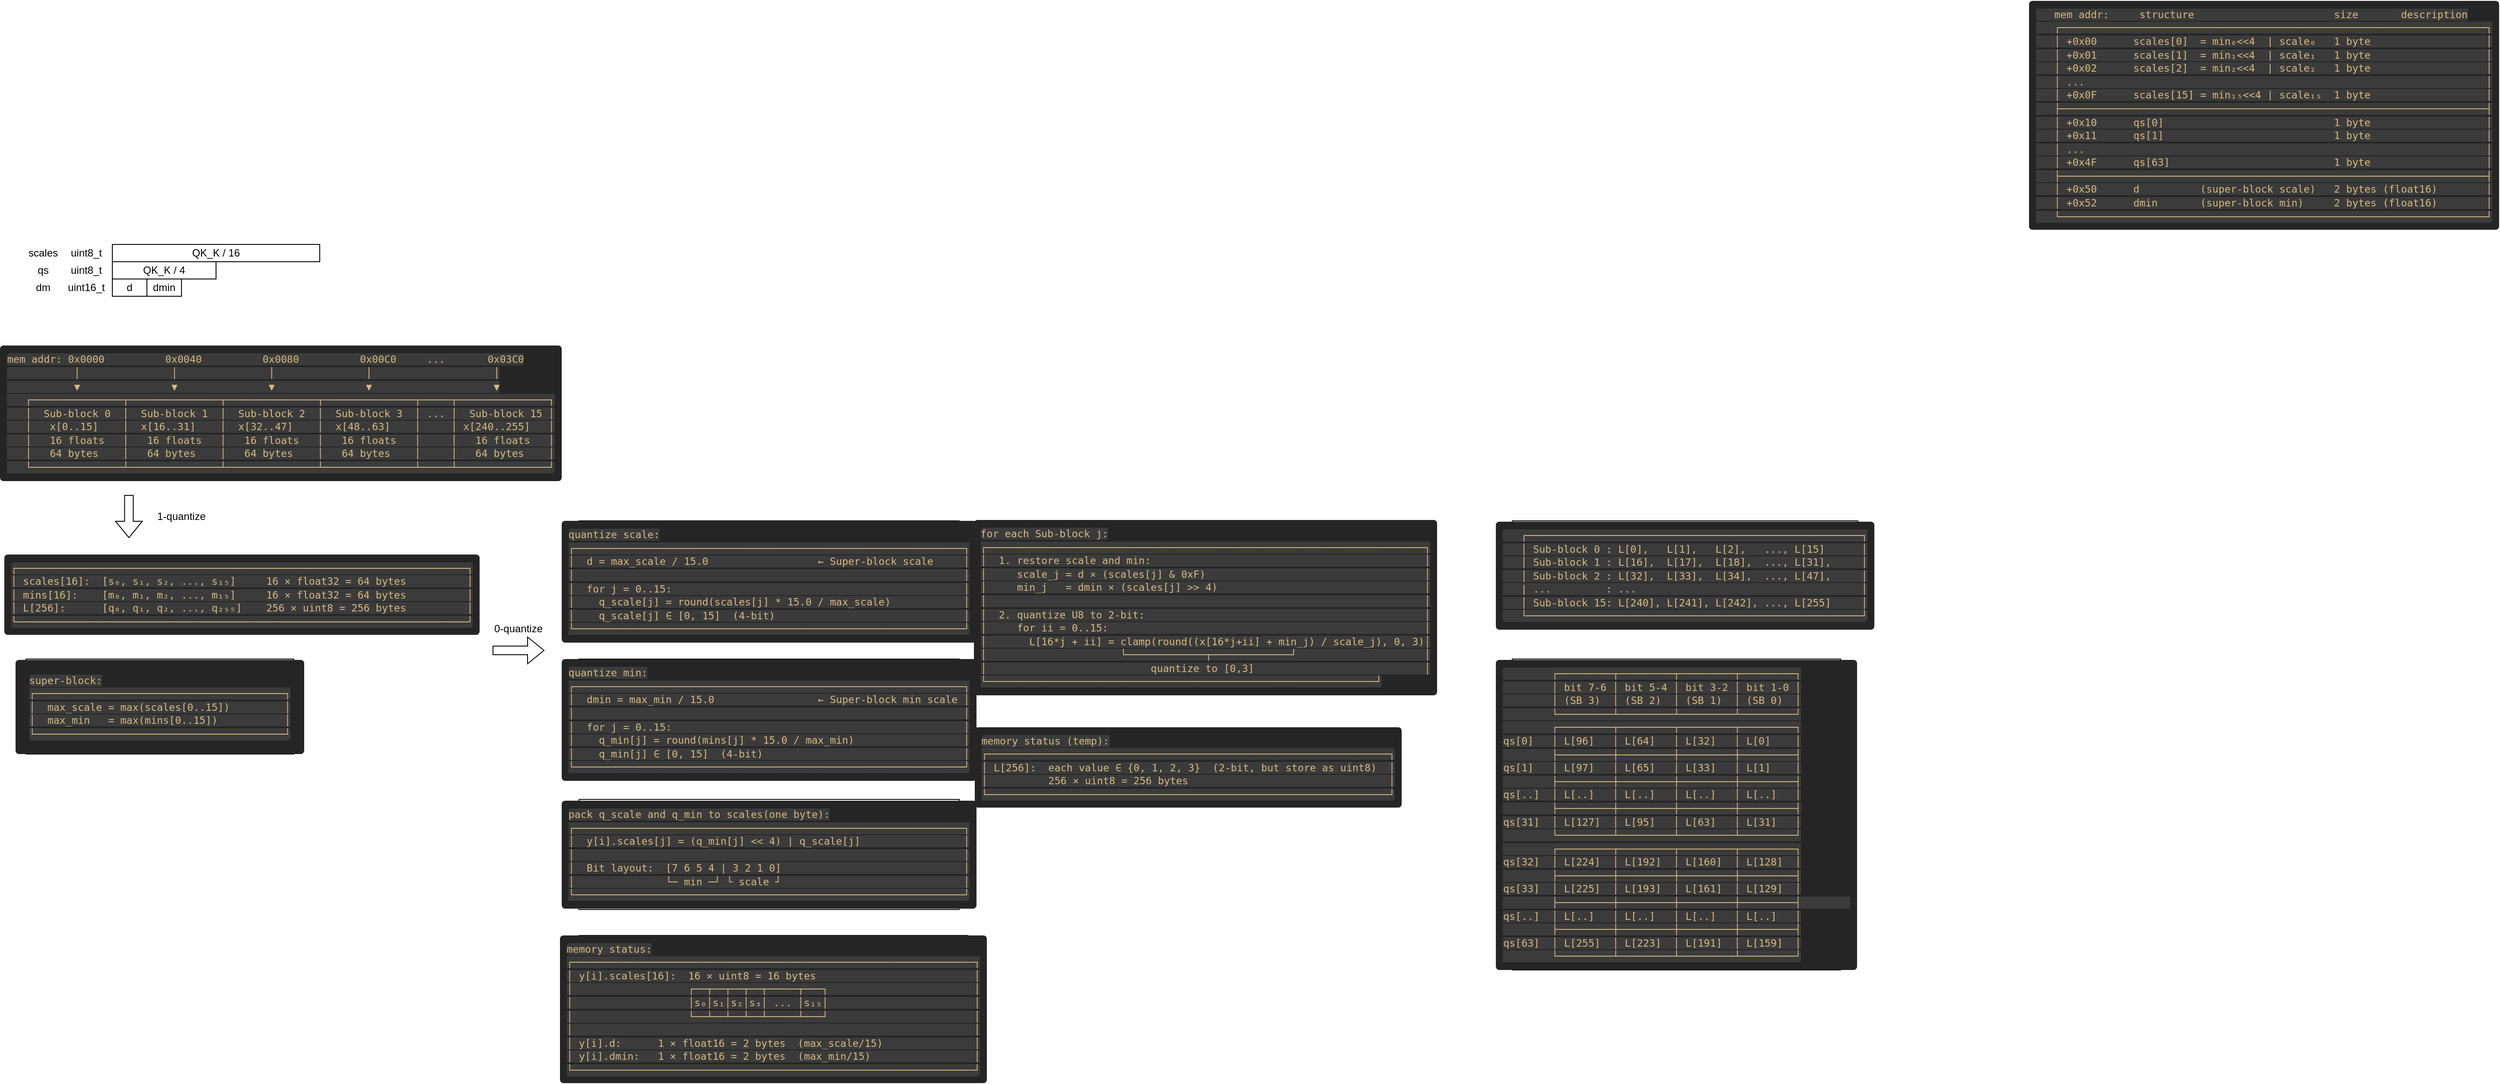
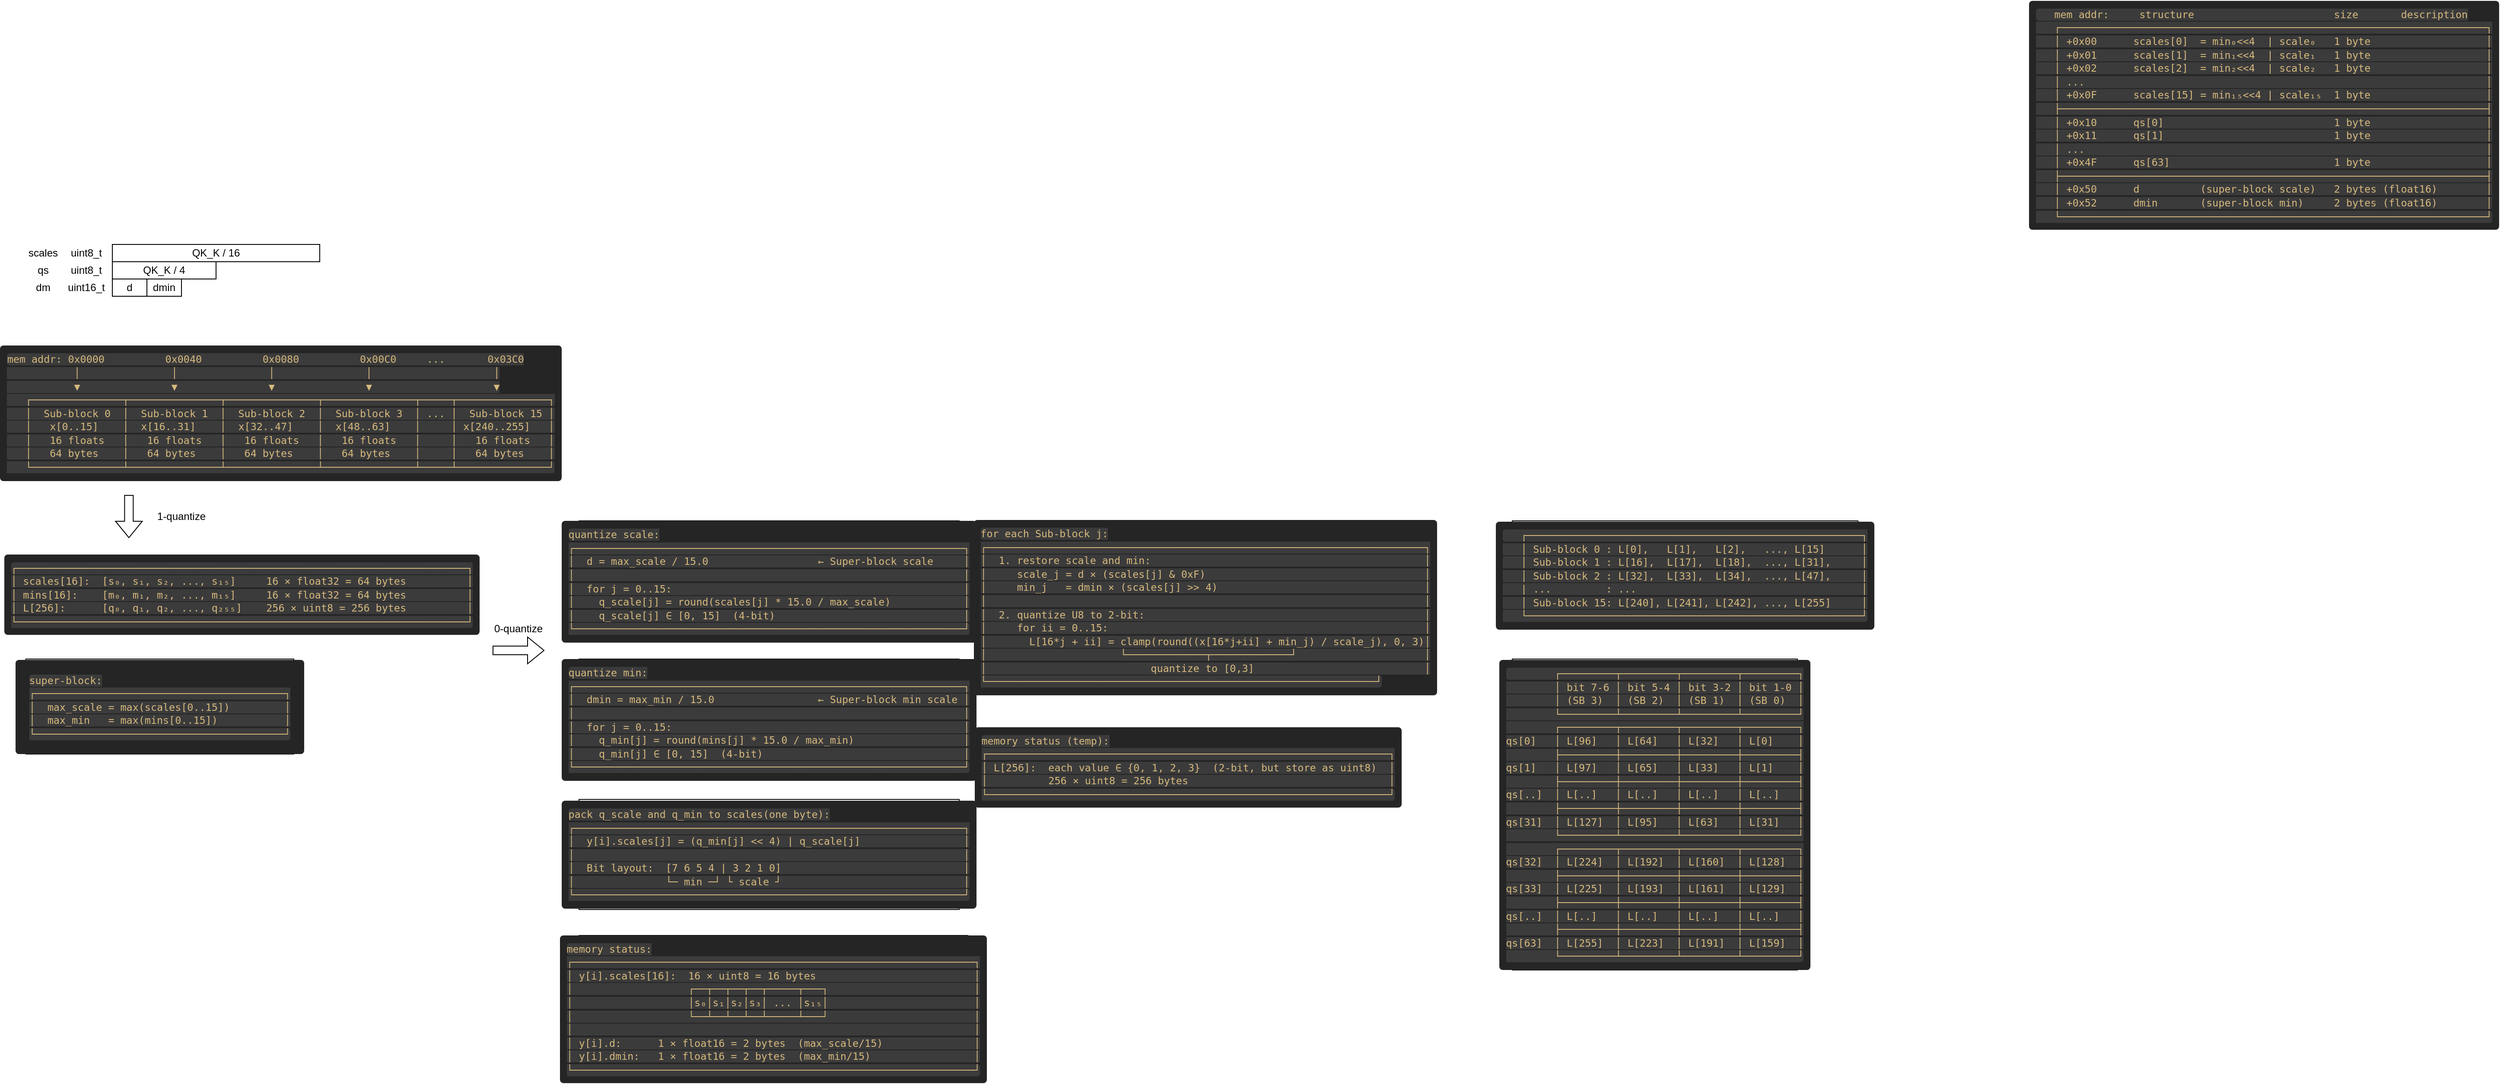
<mxfile host="app.diagrams.net">
  <diagram name="第 1 页" id="Si2-Z7cCXZd2prBrh_IV">
    <mxGraphModel dx="787" dy="457" grid="1" gridSize="10" guides="1" tooltips="1" connect="1" arrows="1" fold="1" page="1" pageScale="1" pageWidth="827" pageHeight="1169" math="0" shadow="0">
      <root>
        <mxCell id="0" />
        <mxCell id="1" parent="0" />
        <mxCell id="sU8PSUKhDcx1YNUkFXAb-27" parent="1" style="rounded=0;whiteSpace=wrap;html=1;" value="QK_K / 16" vertex="1">
          <mxGeometry height="20" width="240" x="140" y="440" as="geometry" />
        </mxCell>
        <mxCell id="sU8PSUKhDcx1YNUkFXAb-28" parent="1" style="rounded=0;whiteSpace=wrap;html=1;" value="QK_K / 4" vertex="1">
          <mxGeometry height="20" width="120" x="140" y="460" as="geometry" />
        </mxCell>
        <mxCell id="sU8PSUKhDcx1YNUkFXAb-29" parent="1" style="rounded=0;whiteSpace=wrap;html=1;" value="d" vertex="1">
          <mxGeometry height="20" width="40" x="140" y="480" as="geometry" />
        </mxCell>
        <mxCell id="sU8PSUKhDcx1YNUkFXAb-30" parent="1" style="rounded=0;whiteSpace=wrap;html=1;" value="dmin" vertex="1">
          <mxGeometry height="20" width="40" x="180" y="480" as="geometry" />
        </mxCell>
        <mxCell id="sU8PSUKhDcx1YNUkFXAb-32" parent="1" style="text;html=1;whiteSpace=wrap;strokeColor=none;fillColor=none;align=center;verticalAlign=middle;rounded=0;" value="scales" vertex="1">
          <mxGeometry height="20" width="40" x="40" y="440" as="geometry" />
        </mxCell>
        <mxCell id="sU8PSUKhDcx1YNUkFXAb-33" parent="1" style="text;html=1;whiteSpace=wrap;strokeColor=none;fillColor=none;align=center;verticalAlign=middle;rounded=0;" value="qs" vertex="1">
          <mxGeometry height="20" width="40" x="40" y="460" as="geometry" />
        </mxCell>
        <mxCell id="sU8PSUKhDcx1YNUkFXAb-34" parent="1" style="text;html=1;whiteSpace=wrap;strokeColor=none;fillColor=none;align=center;verticalAlign=middle;rounded=0;" value="dm" vertex="1">
          <mxGeometry height="20" width="40" x="40" y="480" as="geometry" />
        </mxCell>
        <mxCell id="sU8PSUKhDcx1YNUkFXAb-35" parent="1" style="text;html=1;whiteSpace=wrap;strokeColor=none;fillColor=none;align=center;verticalAlign=middle;rounded=0;" value="uint8_t" vertex="1">
          <mxGeometry height="20" width="60" x="80" y="440" as="geometry" />
        </mxCell>
        <mxCell id="sU8PSUKhDcx1YNUkFXAb-36" parent="1" style="text;html=1;whiteSpace=wrap;strokeColor=none;fillColor=none;align=center;verticalAlign=middle;rounded=0;" value="uint8_t" vertex="1">
          <mxGeometry height="20" width="60" x="80" y="460" as="geometry" />
        </mxCell>
        <mxCell id="sU8PSUKhDcx1YNUkFXAb-37" parent="1" style="text;html=1;whiteSpace=wrap;strokeColor=none;fillColor=none;align=center;verticalAlign=middle;rounded=0;" value="uint16_t" vertex="1">
          <mxGeometry height="20" width="60" x="80" y="480" as="geometry" />
        </mxCell>
        <mxCell id="sU8PSUKhDcx1YNUkFXAb-38" edge="1" parent="1" style="shape=flexArrow;endArrow=classic;html=1;rounded=0;" value="">
          <mxGeometry height="50" relative="1" width="50" as="geometry">
            <mxPoint x="159.17000000000002" y="730" as="sourcePoint" />
            <mxPoint x="159.17000000000002" y="780" as="targetPoint" />
          </mxGeometry>
        </mxCell>
        <mxCell id="sU8PSUKhDcx1YNUkFXAb-57" edge="1" parent="1" style="shape=flexArrow;endArrow=classic;html=1;rounded=0;" value="">
          <mxGeometry height="50" relative="1" width="50" as="geometry">
            <mxPoint x="580" y="910" as="sourcePoint" />
            <mxPoint x="640" y="910" as="targetPoint" />
          </mxGeometry>
        </mxCell>
        <mxCell id="sU8PSUKhDcx1YNUkFXAb-82" parent="1" style="text;html=1;whiteSpace=wrap;strokeColor=none;fillColor=none;align=center;verticalAlign=middle;rounded=0;" value="1-quantize" vertex="1">
          <mxGeometry height="30" width="80" x="180" y="740" as="geometry" />
        </mxCell>
        <mxCell id="sU8PSUKhDcx1YNUkFXAb-83" parent="1" style="text;html=1;whiteSpace=wrap;strokeColor=none;fillColor=none;align=center;verticalAlign=middle;rounded=0;" value="0-quantize" vertex="1">
          <mxGeometry height="30" width="60" x="580" y="870" as="geometry" />
        </mxCell>
        <mxCell id="sU8PSUKhDcx1YNUkFXAb-156" parent="1" style="rounded=0;whiteSpace=wrap;html=1;" value="&lt;pre style=&quot;overflow-x: auto; box-sizing: border-box; border-radius: 4px; max-width: 100%; margin: 0px; padding: 8px; color: rgb(204, 204, 204); font-size: 13px; text-align: start; background-color: rgb(37, 37, 38);&quot;&gt;&lt;code style=&quot;color: rgb(215, 186, 125); background-color: rgba(255, 255, 255, 0.1); padding: 0px; border-radius: 3px; word-break: break-word; font-size: 0.9em;&quot;&gt;   mem addr:     structure                       size       description&lt;br&gt;   ┌──────────────────────────────────────────────────────────────────────┐&lt;br&gt;   │ +0x00      scales[0]  = min₀&amp;lt;&amp;lt;4  | scale₀   1 byte                   │&lt;br&gt;   │ +0x01      scales[1]  = min₁&amp;lt;&amp;lt;4  | scale₁   1 byte                   │&lt;br&gt;   │ +0x02      scales[2]  = min₂&amp;lt;&amp;lt;4  | scale₂   1 byte                   │&lt;br&gt;   │ ...                                                                  │&lt;br&gt;   │ +0x0F      scales[15] = min₁₅&amp;lt;&amp;lt;4 | scale₁₅  1 byte                   │&lt;br&gt;   ├──────────────────────────────────────────────────────────────────────┤&lt;br&gt;   │ +0x10      qs[0]                            1 byte                   │&lt;br&gt;   │ +0x11      qs[1]                            1 byte                   │&lt;br&gt;   │ ...                                                                  │&lt;br&gt;   │ +0x4F      qs[63]                           1 byte                   │&lt;br&gt;   ├──────────────────────────────────────────────────────────────────────┤&lt;br&gt;   │ +0x50      d          (super-block scale)   2 bytes (float16)        │&lt;br&gt;   │ +0x52      dmin       (super-block min)     2 bytes (float16)        │&lt;br&gt;   └──────────────────────────────────────────────────────────────────────┘&lt;/code&gt;&lt;/pre&gt;" vertex="1">
          <mxGeometry height="60" width="160" x="2550" y="260" as="geometry" />
        </mxCell>
        <mxCell id="sU8PSUKhDcx1YNUkFXAb-157" parent="1" style="rounded=0;whiteSpace=wrap;html=1;" value="&lt;pre style=&quot;overflow-x: auto; box-sizing: border-box; border-radius: 4px; max-width: 100%; margin: 0px; padding: 8px; color: rgb(204, 204, 204); font-size: 13px; text-align: start; background-color: rgb(37, 37, 38);&quot;&gt;&lt;code style=&quot;color: rgb(215, 186, 125); background-color: rgba(255, 255, 255, 0.1); padding: 0px; border-radius: 3px; word-break: break-word; font-size: 0.9em;&quot;&gt;   ┌───────────────────────────────────────────────────────┐&lt;br&gt;   │ Sub-block 0 : L[0],   L[1],   L[2],   ..., L[15]      │&lt;br&gt;   │ Sub-block 1 : L[16],  L[17],  L[18],  ..., L[31],     │&lt;br&gt;   │ Sub-block 2 : L[32],  L[33],  L[34],  ..., L[47],     │&lt;br&gt;   | ...         : ...                                     │&lt;br&gt;   │ Sub-block 15: L[240], L[241], L[242], ..., L[255]     │&lt;br&gt;   └───────────────────────────────────────────────────────┘&lt;/code&gt;&lt;/pre&gt;" vertex="1">
          <mxGeometry height="125" width="400" x="1760" y="760" as="geometry" />
        </mxCell>
-         <mxCell id="sU8PSUKhDcx1YNUkFXAb-159" parent="1" style="rounded=0;whiteSpace=wrap;html=1;" value="&lt;pre style=&quot;overflow-x: auto; box-sizing: border-box; border-radius: 4px; max-width: 100%; margin: 0px; padding: 8px; text-align: start; background-color: rgb(37, 37, 38); font-size: 13px; color: rgb(204, 204, 204);&quot;&gt;&lt;code style=&quot;color: rgb(215, 186, 125); background-color: rgba(255, 255, 255, 0.1); padding: 0px; border-radius: 3px; word-break: break-word; font-size: 0.9em;&quot;&gt;        ┌─────────┬─────────┬─────────┬─────────┐&lt;br&gt;        │ bit 7-6 │ bit 5-4 │ bit 3-2 │ bit 1-0 │&lt;br&gt;        │ (SB 3)  │ (SB 2)  │ (SB 1)  │ (SB 0)  │&lt;br&gt;        └─────────┴─────────┴─────────┴─────────┘&lt;br&gt;        ┌─────────┬─────────┬─────────┬─────────┐&lt;br&gt;qs[0]   │ L[96]   │ L[64]   │ L[32]   │ L[0]    │&lt;br&gt;        ├─────────┼─────────┼─────────┼─────────┤&lt;br&gt;qs[1]   │ L[97]   │ L[65]   │ L[33]   │ L[1]    │&lt;br&gt;        ├─────────┼─────────┼─────────┼─────────┤&lt;br&gt;qs[..]  │ L[..]   │ L[..]   │ L[..]   │ L[..]   │&lt;br&gt;        ├─────────┼─────────┼─────────┼─────────┤&lt;br&gt;qs[31]  │ L[127]  │ L[95]   │ L[63]   │ L[31]   │&lt;br&gt;        └─────────┴─────────┴─────────┴─────────┘&lt;br&gt;        ┌─────────┬─────────┬─────────┬─────────┐&lt;br&gt;qs[32]  │ L[224]  │ L[192]  │ L[160]  │ L[128]  │&lt;br&gt;        ├─────────┼─────────┼─────────┼─────────┤&lt;br&gt;qs[33]  │ L[225]  │ L[193]  │ L[161]  │ L[129]  │&lt;br&gt;        ├─────────┼─────────┼─────────┼─────────┤        &lt;br&gt;qs[..]  │ L[..]   │ L[..]   │ L[..]   │ L[..]   │&lt;br&gt;        ├─────────┼─────────┼─────────┼─────────┤&lt;br&gt;qs[63]  │ L[255]  │ L[223]  │ L[191]  │ L[159]  │&lt;br&gt;        └─────────┴─────────┴─────────┴─────────┘&lt;/code&gt;&lt;/pre&gt;" vertex="1">
-           <mxGeometry height="360" width="380" x="1760" y="920" as="geometry" />
+         <mxCell id="sU8PSUKhDcx1YNUkFXAb-159" parent="1" style="rounded=0;whiteSpace=wrap;html=1;" value="&lt;pre style=&quot;overflow-x: auto; box-sizing: border-box; border-radius: 4px; max-width: 100%; margin: 0px; padding: 8px; text-align: start; background-color: rgb(37, 37, 38); font-size: 13px; color: rgb(204, 204, 204);&quot;&gt;&lt;code style=&quot;color: rgb(215, 186, 125); background-color: rgba(255, 255, 255, 0.1); padding: 0px; border-radius: 3px; word-break: break-word; font-size: 0.9em;&quot;&gt;        ┌─────────┬─────────┬─────────┬─────────┐&lt;br&gt;        │ bit 7-6 │ bit 5-4 │ bit 3-2 │ bit 1-0 │&lt;br&gt;        │ (SB 3)  │ (SB 2)  │ (SB 1)  │ (SB 0)  │&lt;br&gt;        └─────────┴─────────┴─────────┴─────────┘&lt;br&gt;        ┌─────────┬─────────┬─────────┬─────────┐&lt;br&gt;qs[0]   │ L[96]   │ L[64]   │ L[32]   │ L[0]    │&lt;br&gt;        ├─────────┼─────────┼─────────┼─────────┤&lt;br&gt;qs[1]   │ L[97]   │ L[65]   │ L[33]   │ L[1]    │&lt;br&gt;        ├─────────┼─────────┼─────────┼─────────┤&lt;br&gt;qs[..]  │ L[..]   │ L[..]   │ L[..]   │ L[..]   │&lt;br&gt;        ├─────────┼─────────┼─────────┼─────────┤&lt;br&gt;qs[31]  │ L[127]  │ L[95]   │ L[63]   │ L[31]   │&lt;br&gt;        └─────────┴─────────┴─────────┴─────────┘&lt;br&gt;        ┌─────────┬─────────┬─────────┬─────────┐&lt;br&gt;qs[32]  │ L[224]  │ L[192]  │ L[160]  │ L[128]  │&lt;br&gt;        ├─────────┼─────────┼─────────┼─────────┤&lt;br&gt;qs[33]  │ L[225]  │ L[193]  │ L[161]  │ L[129]  │&lt;br&gt;        ├─────────┼─────────┼─────────┼─────────┤&lt;br&gt;qs[..]  │ L[..]   │ L[..]   │ L[..]   │ L[..]   │&lt;br&gt;        ├─────────┼─────────┼─────────┼─────────┤&lt;br&gt;qs[63]  │ L[255]  │ L[223]  │ L[191]  │ L[159]  │&lt;br&gt;        └─────────┴─────────┴─────────┴─────────┘&lt;/code&gt;&lt;/pre&gt;" vertex="1">
+           <mxGeometry height="360" width="330" x="1760" y="920" as="geometry" />
        </mxCell>
        <mxCell id="sU8PSUKhDcx1YNUkFXAb-162" parent="1" style="rounded=0;whiteSpace=wrap;html=1;" value="&lt;pre style=&quot;overflow-x: auto; box-sizing: border-box; border-radius: 4px; max-width: 100%; margin: 0px; padding: 8px; color: rgb(204, 204, 204); font-size: 13px; text-align: start; background-color: rgb(37, 37, 38);&quot;&gt;&lt;code style=&quot;color: rgb(215, 186, 125); background-color: rgba(255, 255, 255, 0.1); padding: 0px; border-radius: 3px; word-break: break-word; font-size: 0.9em;&quot;&gt;mem addr: 0x0000          0x0040          0x0080          0x00C0     ...       0x03C0&lt;br&gt;           │               │               │               │                    │&lt;br&gt;           ▼               ▼               ▼               ▼                    ▼&lt;br&gt;   ┌───────────────┬───────────────┬───────────────┬───────────────┬─────┬───────────────┐&lt;br&gt;   │  Sub-block 0  │  Sub-block 1  │  Sub-block 2  │  Sub-block 3  │ ... │  Sub-block 15 │&lt;br&gt;   │   x[0..15]    │  x[16..31]    │  x[32..47]    │  x[48..63]    │     │ x[240..255]   │&lt;br&gt;   │   16 floats   │   16 floats   │   16 floats   │   16 floats   │     │   16 floats   │&lt;br&gt;   │   64 bytes    │   64 bytes    │   64 bytes    │   64 bytes    │     │   64 bytes    │&lt;br&gt;   └───────────────┴───────────────┴───────────────┴───────────────┴─────┴───────────────┘&lt;/code&gt;&lt;/pre&gt;" vertex="1">
          <mxGeometry height="150" width="590" x="40" y="560" as="geometry" />
        </mxCell>
        <mxCell id="sU8PSUKhDcx1YNUkFXAb-163" parent="1" style="rounded=0;whiteSpace=wrap;html=1;" value="&lt;pre style=&quot;overflow-x: auto; box-sizing: border-box; border-radius: 4px; max-width: 100%; margin: 0px; padding: 8px; color: rgb(204, 204, 204); font-size: 13px; text-align: start; background-color: rgb(37, 37, 38);&quot;&gt;&lt;code style=&quot;color: rgb(215, 186, 125); background-color: rgba(255, 255, 255, 0.1); padding: 0px; border-radius: 3px; word-break: break-word; font-size: 0.9em;&quot;&gt;┌──────────────────────────────────────────────────────────────────────────┐&lt;br&gt;│ scales[16]:  [s₀, s₁, s₂, ..., s₁₅]     16 × float32 = 64 bytes          │&lt;br&gt;│ mins[16]:    [m₀, m₁, m₂, ..., m₁₅]     16 × float32 = 64 bytes          │&lt;br&gt;│ L[256]:      [q₀, q₁, q₂, ..., q₂₅₅]    256 × uint8 = 256 bytes          │&lt;br&gt;└──────────────────────────────────────────────────────────────────────────┘&lt;/code&gt;&lt;/pre&gt;" vertex="1">
          <mxGeometry height="90" width="500" x="40" y="800" as="geometry" />
        </mxCell>
        <mxCell id="sU8PSUKhDcx1YNUkFXAb-164" parent="1" style="rounded=0;whiteSpace=wrap;html=1;" value="&lt;pre style=&quot;overflow-x: auto; box-sizing: border-box; border-radius: 4px; max-width: 100%; margin: 0px; padding: 8px; color: rgb(204, 204, 204); font-size: 13px; text-align: start; background-color: rgb(37, 37, 38);&quot;&gt;&lt;pre style=&quot;overflow-x: auto; box-sizing: border-box; border-radius: 4px; max-width: 100%; margin: 0px; padding: 8px;&quot;&gt;&lt;code style=&quot;color: rgb(215, 186, 125); background-color: rgba(255, 255, 255, 0.1); padding: 0px; border-radius: 3px; word-break: break-word; font-size: 0.9em;&quot;&gt;super-block:&lt;br&gt;┌─────────────────────────────────────────┐&lt;br&gt;│  max_scale = max(scales[0..15])         │&lt;br&gt;│  max_min   = max(mins[0..15])           │&lt;br&gt;└─────────────────────────────────────────┘&lt;/code&gt;&lt;/pre&gt;&lt;/pre&gt;" vertex="1">
          <mxGeometry height="110" width="310" x="40" y="920" as="geometry" />
        </mxCell>
        <mxCell id="sU8PSUKhDcx1YNUkFXAb-165" parent="1" style="rounded=0;whiteSpace=wrap;html=1;" value="&lt;pre style=&quot;overflow-x: auto; box-sizing: border-box; border-radius: 4px; max-width: 100%; margin: 0px; padding: 8px; color: rgb(204, 204, 204); font-size: 13px; text-align: start; background-color: rgb(37, 37, 38);&quot;&gt;&lt;code style=&quot;color: rgb(215, 186, 125); background-color: rgba(255, 255, 255, 0.1); padding: 0px; border-radius: 3px; word-break: break-word; font-size: 0.9em;&quot;&gt;quantize scale:&lt;br&gt;┌────────────────────────────────────────────────────────────────┐&lt;br&gt;│  d = max_scale / 15.0                  ← Super-block scale     │&lt;br&gt;│                                                                │&lt;br&gt;│  for j = 0..15:                                                │&lt;br&gt;│    q_scale[j] = round(scales[j] * 15.0 / max_scale)            │&lt;br&gt;│    q_scale[j] ∈ [0, 15]  (4-bit)                               │&lt;br&gt;└────────────────────────────────────────────────────────────────┘&lt;/code&gt;&lt;/pre&gt;" vertex="1">
          <mxGeometry height="140" width="440" x="680" y="760" as="geometry" />
        </mxCell>
        <mxCell id="sU8PSUKhDcx1YNUkFXAb-166" parent="1" style="rounded=0;whiteSpace=wrap;html=1;" value="&lt;pre style=&quot;overflow-x: auto; box-sizing: border-box; border-radius: 4px; max-width: 100%; margin: 0px; padding: 8px; color: rgb(204, 204, 204); font-size: 13px; text-align: start; background-color: rgb(37, 37, 38);&quot;&gt;&lt;code style=&quot;color: rgb(215, 186, 125); background-color: rgba(255, 255, 255, 0.1); padding: 0px; border-radius: 3px; word-break: break-word; font-size: 0.9em;&quot;&gt;quantize min:&lt;br&gt;┌────────────────────────────────────────────────────────────────┐&lt;br&gt;│  dmin = max_min / 15.0                 ← Super-block min scale │&lt;br&gt;│                                                                │&lt;br&gt;│  for j = 0..15:                                                │&lt;br&gt;│    q_min[j] = round(mins[j] * 15.0 / max_min)                  │&lt;br&gt;│    q_min[j] ∈ [0, 15]  (4-bit)                                 │&lt;br&gt;└────────────────────────────────────────────────────────────────┘&lt;/code&gt;&lt;/pre&gt;" vertex="1">
          <mxGeometry height="140" width="440" x="680" y="920" as="geometry" />
        </mxCell>
        <mxCell id="sU8PSUKhDcx1YNUkFXAb-167" parent="1" style="rounded=0;whiteSpace=wrap;html=1;" value="&lt;pre style=&quot;overflow-x: auto; box-sizing: border-box; border-radius: 4px; max-width: 100%; margin: 0px; padding: 8px; color: rgb(204, 204, 204); font-size: 13px; text-align: start; background-color: rgb(37, 37, 38);&quot;&gt;&lt;code style=&quot;color: rgb(215, 186, 125); background-color: rgba(255, 255, 255, 0.1); padding: 0px; border-radius: 3px; word-break: break-word; font-size: 0.9em;&quot;&gt;pack q_scale and q_min to scales(one byte):&lt;br&gt;┌────────────────────────────────────────────────────────────────┐&lt;br&gt;│  y[i].scales[j] = (q_min[j] &amp;lt;&amp;lt; 4) | q_scale[j]                 │&lt;br&gt;│                                                                │&lt;br&gt;│  Bit layout:  [7 6 5 4 | 3 2 1 0]                              │&lt;br&gt;│               └─ min ─┘ └ scale ┘                              │&lt;br&gt;└────────────────────────────────────────────────────────────────┘&lt;/code&gt;&lt;/pre&gt;" vertex="1">
          <mxGeometry height="127.5" width="440" x="680" y="1082.5" as="geometry" />
        </mxCell>
        <mxCell id="sU8PSUKhDcx1YNUkFXAb-169" parent="1" style="whiteSpace=wrap;html=1;" value="&lt;pre style=&quot;overflow-x: auto; box-sizing: border-box; border-radius: 4px; max-width: 100%; margin: 0px; padding: 8px; color: rgb(204, 204, 204); font-size: 13px; text-align: start; background-color: rgb(37, 37, 38);&quot;&gt;&lt;code style=&quot;color: rgb(215, 186, 125); background-color: rgba(255, 255, 255, 0.1); padding: 0px; border-radius: 3px; word-break: break-word; font-size: 0.9em;&quot;&gt;memory status:&lt;br&gt;┌──────────────────────────────────────────────────────────────────┐&lt;br&gt;│ y[i].scales[16]:  16 × uint8 = 16 bytes                          │&lt;br&gt;│                   ┌──┬──┬──┬──┬─────┬───┐                        │&lt;br&gt;│                   │s₀│s₁│s₂│s₃│ ... │s₁₅│                        │&lt;br&gt;│                   └──┴──┴──┴──┴─────┴───┘                        │&lt;br&gt;│                                                                  │&lt;br&gt;│ y[i].d:      1 × float16 = 2 bytes  (max_scale/15)               │&lt;br&gt;│ y[i].dmin:   1 × float16 = 2 bytes  (max_min/15)                 │&lt;br&gt;└──────────────────────────────────────────────────────────────────┘&lt;/code&gt;&lt;/pre&gt;" vertex="1">
          <mxGeometry height="170" width="450" x="680" y="1240" as="geometry" />
        </mxCell>
        <mxCell id="sU8PSUKhDcx1YNUkFXAb-170" parent="1" style="whiteSpace=wrap;html=1;" value="&lt;pre style=&quot;overflow-x: auto; box-sizing: border-box; border-radius: 4px; max-width: 100%; margin: 0px; padding: 8px; color: rgb(204, 204, 204); font-size: 13px; text-align: start; background-color: rgb(37, 37, 38);&quot;&gt;&lt;code style=&quot;color: rgb(215, 186, 125); background-color: rgba(255, 255, 255, 0.1); padding: 0px; border-radius: 3px; word-break: break-word; font-size: 0.9em;&quot;&gt;for each Sub-block j:&lt;br&gt;┌────────────────────────────────────────────────────────────────────────┐&lt;br&gt;│  1. restore scale and min:                                             │&lt;br&gt;│     scale_j = d × (scales[j] &amp;amp; 0xF)                                    │&lt;br&gt;│     min_j   = dmin × (scales[j] &amp;gt;&amp;gt; 4)                                  │&lt;br&gt;│                                                                        │&lt;br&gt;│  2. quantize U8 to 2-bit:                                              │&lt;br&gt;│     for ii = 0..15:                                                    │&lt;br&gt;│       L[16*j + ii] = clamp(round((x[16*j+ii] + min_j) / scale_j), 0, 3)│&lt;br&gt;│                      └─────────────┬─────────────┘                     │&lt;br&gt;│                           quantize to [0,3]                            │&lt;br&gt;└────────────────────────────────────────────────────────────────┘&lt;/code&gt;&lt;/pre&gt;" vertex="1">
          <mxGeometry height="200" width="490" x="1160" y="760" as="geometry" />
        </mxCell>
        <mxCell id="sU8PSUKhDcx1YNUkFXAb-171" parent="1" style="whiteSpace=wrap;html=1;" value="&lt;pre style=&quot;overflow-x: auto; box-sizing: border-box; border-radius: 4px; max-width: 100%; margin: 0px; padding: 8px; color: rgb(204, 204, 204); font-size: 13px; text-align: start; background-color: rgb(37, 37, 38);&quot;&gt;&lt;code style=&quot;color: rgb(215, 186, 125); background-color: rgba(255, 255, 255, 0.1); padding: 0px; border-radius: 3px; word-break: break-word; font-size: 0.9em;&quot;&gt;memory status (temp):&lt;br&gt;┌──────────────────────────────────────────────────────────────────┐&lt;br&gt;│ L[256]:  each value ∈ {0, 1, 2, 3}  (2-bit, but store as uint8)  │&lt;br&gt;│          256 × uint8 = 256 bytes                                 │&lt;br&gt;└──────────────────────────────────────────────────────────────────┘&lt;/code&gt;&lt;/pre&gt;" vertex="1">
          <mxGeometry height="90" width="450" x="1160" y="1000" as="geometry" />
        </mxCell>
      </root>
    </mxGraphModel>
  </diagram>
</mxfile>
